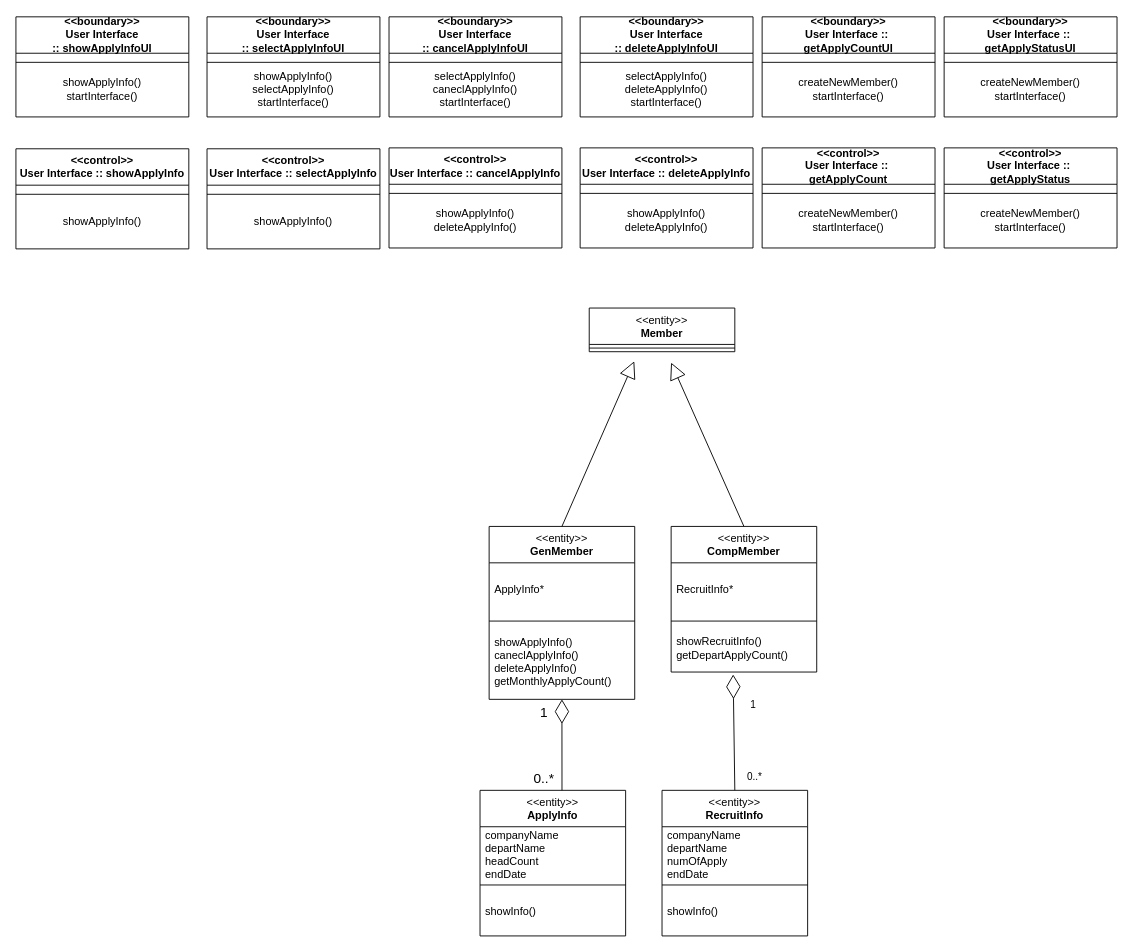
Earlier version of the draw.io diagram page "class_diagram" (1 of 4) of classDiagram.drawio (hjee02018/UML). Source tidied: cells renumbered, new cells numbered last; positions are measured from the earlier drawing's top-left corner, leaving out a move shared by most shapes. Both pictures are drawn from the tidied source at 91%, with x=0, y=0 at pixel (15, 16).
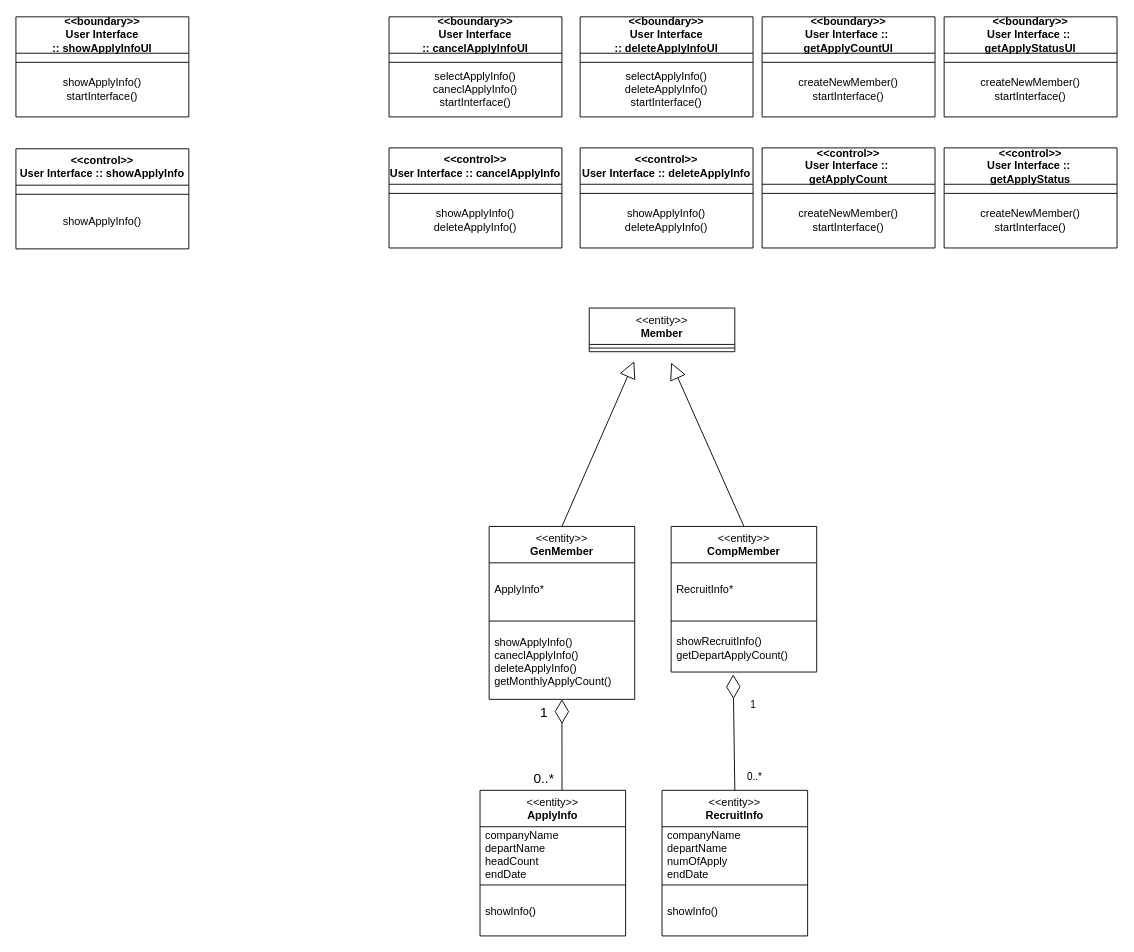
The same diagram, later.

What changed in the source:
```diff
@@
-    <mxCell id="7" value="&amp;lt;&amp;lt;boundary&amp;gt;&amp;gt;&lt;br&gt;User Interface ::&amp;nbsp;&lt;b style=&quot;border-color: var(--border-color);&quot;&gt;selectApplyInfo&lt;/b&gt;UI" style="swimlane;fontStyle=1;align=center;verticalAlign=middle;horizontal=1;startSize=40;html=1;whiteSpace=wrap;" parent="1" vertex="1">
-      <mxGeometry x="210" width="190" height="110" as="geometry" />
-    </mxCell>
-    <mxCell id="8" style="endArrow=none;html=1;rounded=0;" parent="7" edge="1">
-      <mxGeometry relative="1" as="geometry">
-        <mxPoint y="50" as="sourcePoint" />
-        <mxPoint x="190" y="50" as="targetPoint" />
-      </mxGeometry>
-    </mxCell>
-    <mxCell id="9" value="&lt;h1&gt;&lt;br&gt;&lt;/h1&gt;" style="text;html=1;strokeColor=none;fillColor=none;spacing=5;spacingTop=-20;whiteSpace=wrap;overflow=hidden;rounded=0;" parent="7" vertex="1">
-      <mxGeometry y="40" width="190" height="10" as="geometry" />
-    </mxCell>
-    <mxCell id="10" style="edgeStyle=orthogonalEdgeStyle;rounded=0;orthogonalLoop=1;jettySize=auto;html=1;exitX=0.5;exitY=1;exitDx=0;exitDy=0;" parent="7" edge="1" source="9" target="9">
-      <mxGeometry relative="1" as="geometry" />
-    </mxCell>
-    <mxCell id="11" value="showApplyInfo()&lt;br&gt;selectApplyInfo()&lt;br&gt;startInterface()" style="text;html=1;strokeColor=none;fillColor=none;align=center;verticalAlign=middle;whiteSpace=wrap;rounded=0;" parent="7" vertex="1">
-      <mxGeometry y="50" width="190" height="60" as="geometry" />
-    </mxCell>
@@
-    <mxCell id="52" value="&amp;lt;&amp;lt;control&amp;gt;&amp;gt;&lt;br&gt;User Interface ::&amp;nbsp;&lt;b style=&quot;border-color: var(--border-color);&quot;&gt;selectApplyInfo&lt;/b&gt;" style="swimlane;fontStyle=1;align=center;verticalAlign=middle;horizontal=1;startSize=40;html=1;whiteSpace=wrap;" parent="1" vertex="1">
-      <mxGeometry x="210" y="145" width="190" height="110" as="geometry" />
-    </mxCell>
-    <mxCell id="53" style="endArrow=none;html=1;rounded=0;" parent="52" edge="1">
-      <mxGeometry relative="1" as="geometry">
-        <mxPoint y="50" as="sourcePoint" />
-        <mxPoint x="190" y="50" as="targetPoint" />
-      </mxGeometry>
-    </mxCell>
-    <mxCell id="54" value="&lt;h1&gt;&lt;br&gt;&lt;/h1&gt;" style="text;html=1;strokeColor=none;fillColor=none;spacing=5;spacingTop=-20;whiteSpace=wrap;overflow=hidden;rounded=0;" parent="52" vertex="1">
-      <mxGeometry y="40" width="190" height="10" as="geometry" />
-    </mxCell>
-    <mxCell id="55" style="edgeStyle=orthogonalEdgeStyle;rounded=0;orthogonalLoop=1;jettySize=auto;html=1;exitX=0.5;exitY=1;exitDx=0;exitDy=0;" parent="52" edge="1" source="54" target="54">
-      <mxGeometry relative="1" as="geometry" />
-    </mxCell>
-    <mxCell id="56" value="showApplyInfo()" style="text;html=1;strokeColor=none;fillColor=none;align=center;verticalAlign=middle;whiteSpace=wrap;rounded=0;" parent="52" vertex="1">
-      <mxGeometry y="50" width="190" height="60" as="geometry" />
-    </mxCell>
```
